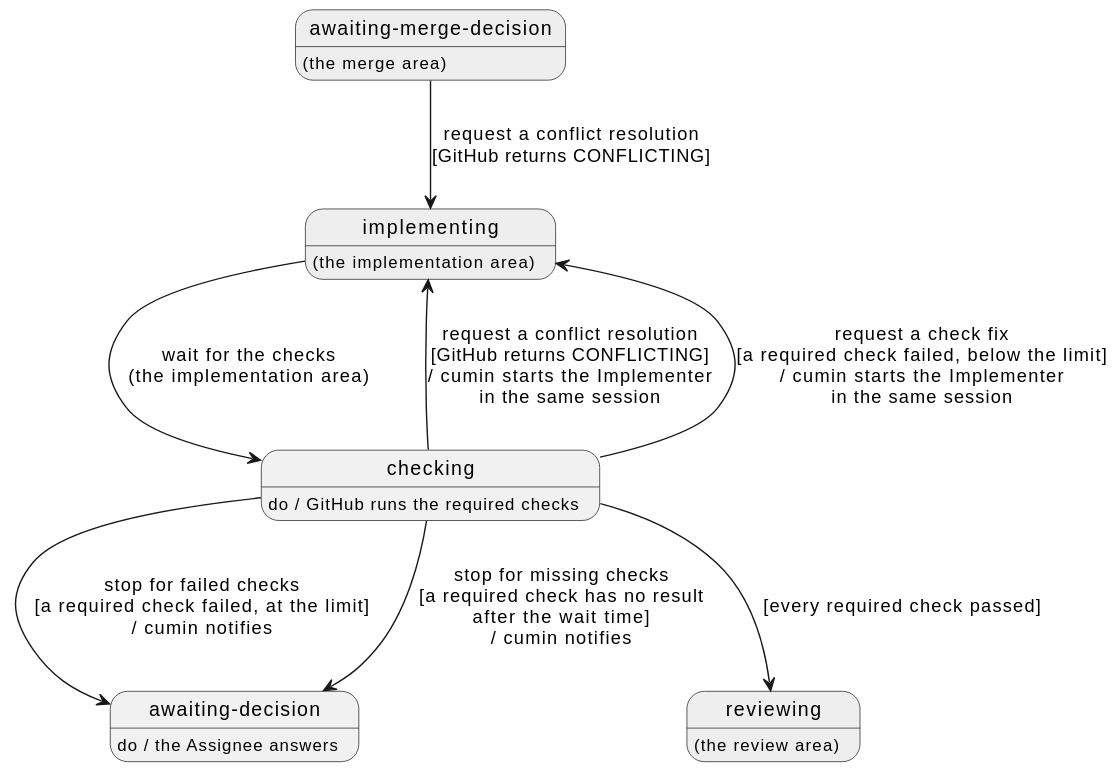
Before: docs/ja/requirements/check/overview.svg, a diagram exported from PlantUML (cloveclovedev/cumin-works).
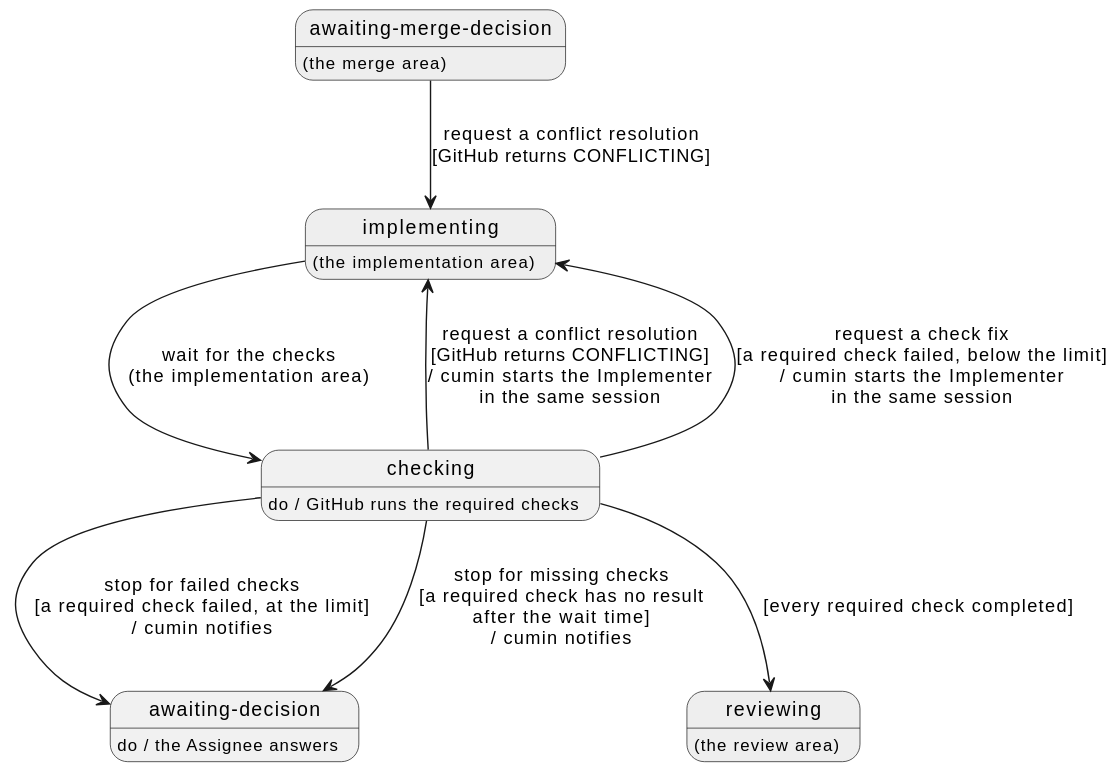
Above is the later version.

Diff of the diagram source:
```diff
@@ -23,5 +23,5 @@
 Checking --> Decision : stop for failed checks\n[a required check failed, at the limit]\n/ cumin notifies
 Checking --> Decision : stop for missing checks\n[a required check has no result\nafter the wait time]\n/ cumin notifies
 MergeDecision --> Implementing : request a conflict resolution\n[GitHub returns CONFLICTING]
-Checking --> Reviewing : [every required check passed]
+Checking --> Reviewing : [every required check completed]
 @enduml
```
